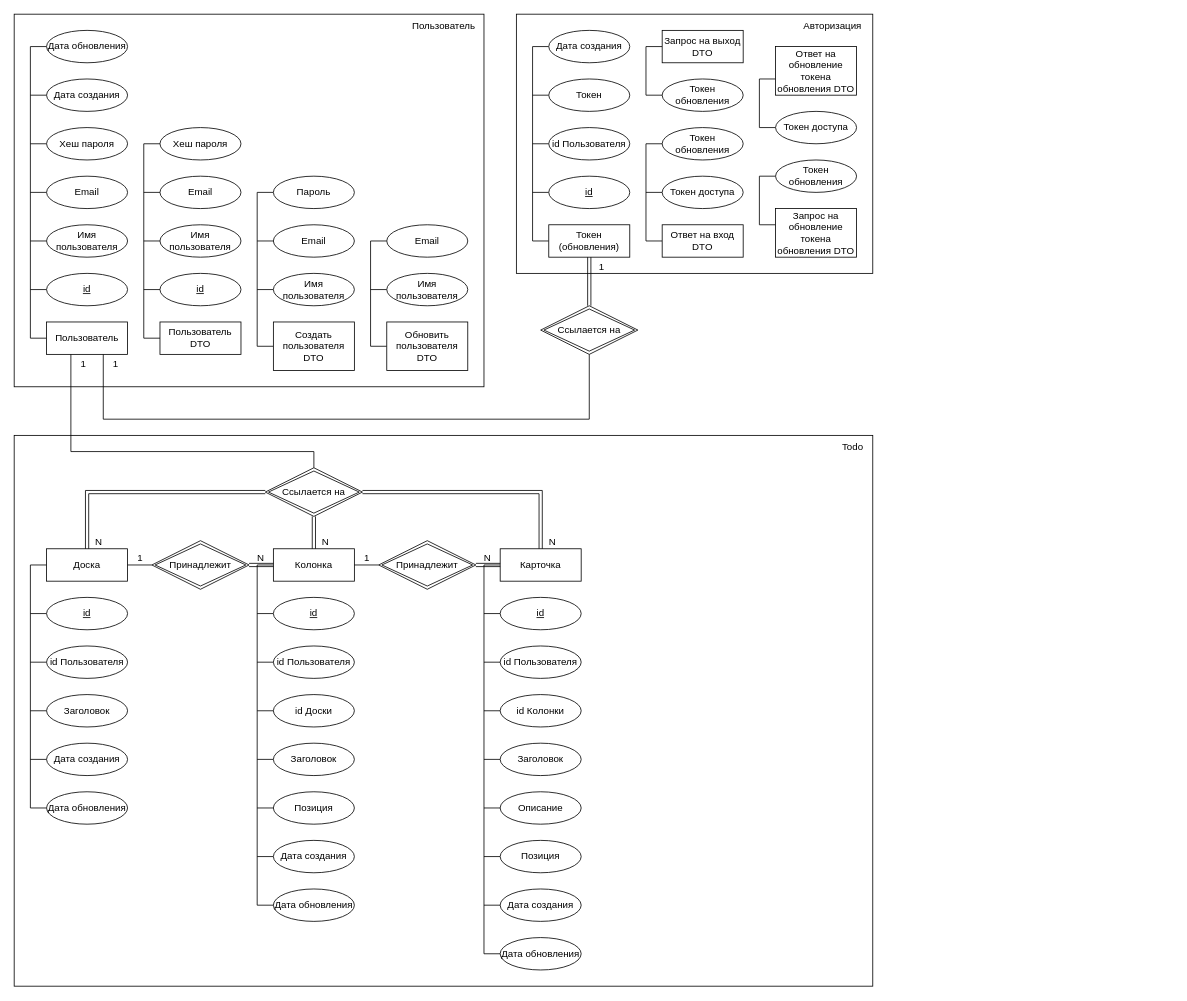
Above: diag/erd.drawio in runebone/testing-s7-bmstu (draw.io), before the change. Source tidied: cells renumbered, new cells numbered last; positions are measured from the earlier drawing's top-left corner, leaving out a move shared by most shapes. Both pictures are drawn from the tidied source at 81%, with x=0, y=0 at pixel (14, 14).
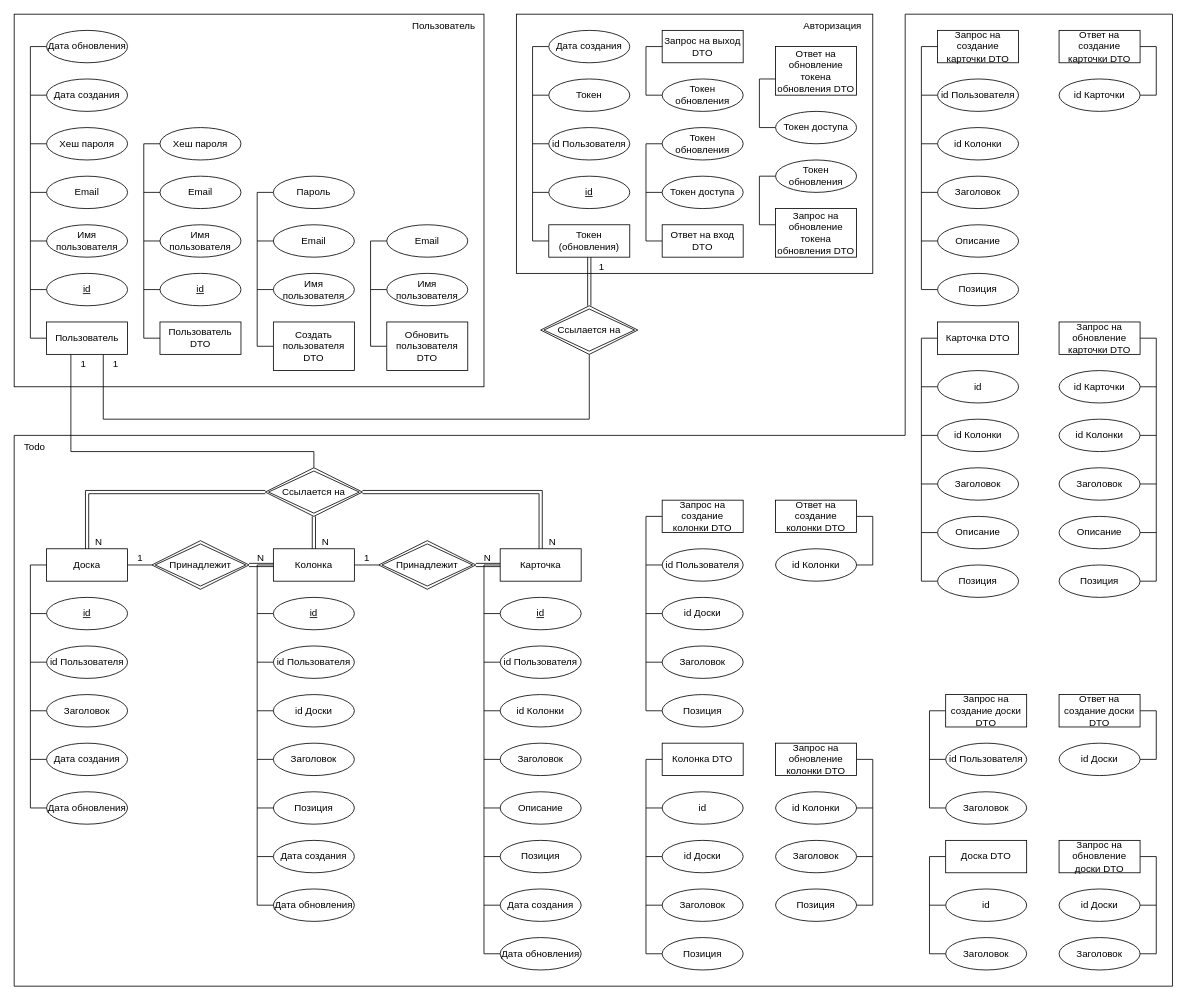
After the change.

The edit, as a diff of the source:
```diff
@@
-    <mxCell id="2" style="rounded=0;whiteSpace=wrap;html=1;shadow=0;fillColor=none;" parent="1" vertex="1">
-      <mxGeometry y="520" width="1060" height="680" as="geometry" />
-    </mxCell>
@@
+    <mxCell id="132" style="edgeStyle=orthogonalEdgeStyle;rounded=0;jettySize=auto;html=1;endArrow=none;endFill=0;" parent="1" edge="1" source="133" target="136">
+      <mxGeometry relative="1" as="geometry">
+        <Array as="points">
+          <mxPoint x="1130" y="860" />
+          <mxPoint x="1130" y="980" />
+        </Array>
+      </mxGeometry>
+    </mxCell>
+    <mxCell id="133" value="Запрос на создание доски DTO" style="whiteSpace=wrap;html=1;align=center;" parent="1" vertex="1">
+      <mxGeometry x="1150" y="840" width="100" height="40" as="geometry" />
+    </mxCell>
+    <mxCell id="134" style="edgeStyle=orthogonalEdgeStyle;rounded=0;jettySize=auto;html=1;endArrow=none;endFill=0;" parent="1" edge="1" source="135">
+      <mxGeometry relative="1" as="geometry">
+        <mxPoint x="1130" y="920" as="targetPoint" />
+      </mxGeometry>
+    </mxCell>
+    <mxCell id="135" value="id Пользователя" style="ellipse;whiteSpace=wrap;html=1;align=center;" parent="1" vertex="1">
+      <mxGeometry x="1150" y="900" width="100" height="40" as="geometry" />
+    </mxCell>
+    <mxCell id="136" value="Заголовок" style="ellipse;whiteSpace=wrap;html=1;align=center;" parent="1" vertex="1">
+      <mxGeometry x="1150" y="960" width="100" height="40" as="geometry" />
+    </mxCell>
+    <mxCell id="137" style="edgeStyle=orthogonalEdgeStyle;rounded=0;jettySize=auto;html=1;endArrow=none;endFill=0;" parent="1" edge="1" source="138" target="139">
+      <mxGeometry relative="1" as="geometry">
+        <Array as="points">
+          <mxPoint x="1410" y="860" />
+          <mxPoint x="1410" y="920" />
+        </Array>
+      </mxGeometry>
+    </mxCell>
+    <mxCell id="138" value="Ответ на создание доски DTO" style="whiteSpace=wrap;html=1;align=center;" parent="1" vertex="1">
+      <mxGeometry x="1290" y="840" width="100" height="40" as="geometry" />
+    </mxCell>
+    <mxCell id="139" value="id Доски" style="ellipse;whiteSpace=wrap;html=1;align=center;" parent="1" vertex="1">
+      <mxGeometry x="1290" y="900" width="100" height="40" as="geometry" />
+    </mxCell>
+    <mxCell id="140" style="edgeStyle=orthogonalEdgeStyle;rounded=0;jettySize=auto;html=1;endArrow=none;endFill=0;" parent="1" edge="1" source="141" target="144">
+      <mxGeometry relative="1" as="geometry">
+        <Array as="points">
+          <mxPoint x="1130" y="1040" />
+          <mxPoint x="1130" y="1160" />
+        </Array>
+      </mxGeometry>
+    </mxCell>
+    <mxCell id="141" value="Доска DTO" style="whiteSpace=wrap;html=1;align=center;" parent="1" vertex="1">
+      <mxGeometry x="1150" y="1020" width="100" height="40" as="geometry" />
+    </mxCell>
+    <mxCell id="142" style="edgeStyle=orthogonalEdgeStyle;rounded=0;jettySize=auto;html=1;endArrow=none;endFill=0;" parent="1" edge="1" source="143">
+      <mxGeometry relative="1" as="geometry">
+        <mxPoint x="1130" y="1100" as="targetPoint" />
+      </mxGeometry>
+    </mxCell>
+    <mxCell id="143" value="id" style="ellipse;whiteSpace=wrap;html=1;align=center;" parent="1" vertex="1">
+      <mxGeometry x="1150" y="1080" width="100" height="40" as="geometry" />
+    </mxCell>
+    <mxCell id="144" value="Заголовок" style="ellipse;whiteSpace=wrap;html=1;align=center;" parent="1" vertex="1">
+      <mxGeometry x="1150" y="1140" width="100" height="40" as="geometry" />
+    </mxCell>
+    <mxCell id="145" style="edgeStyle=orthogonalEdgeStyle;rounded=0;jettySize=auto;html=1;endArrow=none;endFill=0;" parent="1" edge="1" source="146" target="149">
+      <mxGeometry relative="1" as="geometry">
+        <Array as="points">
+          <mxPoint x="1410" y="1040" />
+          <mxPoint x="1410" y="1160" />
+        </Array>
+      </mxGeometry>
+    </mxCell>
+    <mxCell id="146" value="Запрос на обновление доски DTO" style="whiteSpace=wrap;html=1;align=center;" parent="1" vertex="1">
+      <mxGeometry x="1290" y="1020" width="100" height="40" as="geometry" />
+    </mxCell>
+    <mxCell id="147" style="edgeStyle=orthogonalEdgeStyle;rounded=0;jettySize=auto;html=1;endArrow=none;endFill=0;" parent="1" edge="1" source="148">
+      <mxGeometry relative="1" as="geometry">
+        <mxPoint x="1410" y="1100" as="targetPoint" />
+      </mxGeometry>
+    </mxCell>
+    <mxCell id="148" value="id Доски" style="ellipse;whiteSpace=wrap;html=1;align=center;" parent="1" vertex="1">
+      <mxGeometry x="1290" y="1080" width="100" height="40" as="geometry" />
+    </mxCell>
+    <mxCell id="149" value="Заголовок" style="ellipse;whiteSpace=wrap;html=1;align=center;" parent="1" vertex="1">
+      <mxGeometry x="1290" y="1140" width="100" height="40" as="geometry" />
+    </mxCell>
+    <mxCell id="150" style="edgeStyle=orthogonalEdgeStyle;rounded=0;jettySize=auto;html=1;endArrow=none;endFill=0;" parent="1" edge="1" source="151" target="158">
+      <mxGeometry relative="1" as="geometry">
+        <Array as="points">
+          <mxPoint x="780" y="620" />
+          <mxPoint x="780" y="860" />
+        </Array>
+      </mxGeometry>
+    </mxCell>
+    <mxCell id="151" value="Запрос на создание колонки DTO" style="whiteSpace=wrap;html=1;align=center;" parent="1" vertex="1">
+      <mxGeometry x="800" y="600" width="100" height="40" as="geometry" />
+    </mxCell>
+    <mxCell id="152" style="edgeStyle=orthogonalEdgeStyle;rounded=0;jettySize=auto;html=1;endArrow=none;endFill=0;" parent="1" edge="1" source="153">
+      <mxGeometry relative="1" as="geometry">
+        <mxPoint x="780" y="680" as="targetPoint" />
+      </mxGeometry>
+    </mxCell>
+    <mxCell id="153" value="id Пользователя" style="ellipse;whiteSpace=wrap;html=1;align=center;" parent="1" vertex="1">
+      <mxGeometry x="800" y="660" width="100" height="40" as="geometry" />
+    </mxCell>
+    <mxCell id="154" style="edgeStyle=orthogonalEdgeStyle;rounded=0;jettySize=auto;html=1;endArrow=none;endFill=0;" parent="1" edge="1" source="155">
+      <mxGeometry relative="1" as="geometry">
+        <mxPoint x="780" y="740" as="targetPoint" />
+      </mxGeometry>
+    </mxCell>
+    <mxCell id="155" value="id Доски" style="ellipse;whiteSpace=wrap;html=1;align=center;" parent="1" vertex="1">
+      <mxGeometry x="800" y="720" width="100" height="40" as="geometry" />
+    </mxCell>
+    <mxCell id="156" style="edgeStyle=orthogonalEdgeStyle;rounded=0;jettySize=auto;html=1;endArrow=none;endFill=0;" parent="1" edge="1" source="157">
+      <mxGeometry relative="1" as="geometry">
+        <mxPoint x="780" y="800" as="targetPoint" />
+      </mxGeometry>
+    </mxCell>
+    <mxCell id="157" value="Заголовок" style="ellipse;whiteSpace=wrap;html=1;align=center;" parent="1" vertex="1">
+      <mxGeometry x="800" y="780" width="100" height="40" as="geometry" />
+    </mxCell>
+    <mxCell id="158" value="Позиция" style="ellipse;whiteSpace=wrap;html=1;align=center;" parent="1" vertex="1">
+      <mxGeometry x="800" y="840" width="100" height="40" as="geometry" />
+    </mxCell>
+    <mxCell id="159" style="edgeStyle=orthogonalEdgeStyle;rounded=0;jettySize=auto;html=1;endArrow=none;endFill=0;" parent="1" edge="1" source="160" target="161">
+      <mxGeometry relative="1" as="geometry">
+        <Array as="points">
+          <mxPoint x="1060" y="620" />
+          <mxPoint x="1060" y="680" />
+        </Array>
+      </mxGeometry>
+    </mxCell>
+    <mxCell id="160" value="Ответ на создание колонки DTO" style="whiteSpace=wrap;html=1;align=center;" parent="1" vertex="1">
+      <mxGeometry x="940" y="600" width="100" height="40" as="geometry" />
+    </mxCell>
+    <mxCell id="161" value="id Колонки" style="ellipse;whiteSpace=wrap;html=1;align=center;" parent="1" vertex="1">
+      <mxGeometry x="940" y="660" width="100" height="40" as="geometry" />
+    </mxCell>
+    <mxCell id="162" style="edgeStyle=orthogonalEdgeStyle;rounded=0;jettySize=auto;html=1;endArrow=none;endFill=0;" parent="1" edge="1" source="163" target="170">
+      <mxGeometry relative="1" as="geometry">
+        <Array as="points">
+          <mxPoint x="780" y="920" />
+          <mxPoint x="780" y="1160" />
+        </Array>
+      </mxGeometry>
+    </mxCell>
+    <mxCell id="163" value="Колонка DTO" style="whiteSpace=wrap;html=1;align=center;" parent="1" vertex="1">
+      <mxGeometry x="800" y="900" width="100" height="40" as="geometry" />
+    </mxCell>
+    <mxCell id="164" style="edgeStyle=orthogonalEdgeStyle;rounded=0;jettySize=auto;html=1;endArrow=none;endFill=0;" parent="1" edge="1" source="165">
+      <mxGeometry relative="1" as="geometry">
+        <mxPoint x="780" y="980" as="targetPoint" />
+      </mxGeometry>
+    </mxCell>
+    <mxCell id="165" value="id" style="ellipse;whiteSpace=wrap;html=1;align=center;" parent="1" vertex="1">
+      <mxGeometry x="800" y="960" width="100" height="40" as="geometry" />
+    </mxCell>
+    <mxCell id="166" style="edgeStyle=orthogonalEdgeStyle;rounded=0;jettySize=auto;html=1;endArrow=none;endFill=0;" parent="1" edge="1" source="167">
+      <mxGeometry relative="1" as="geometry">
+        <mxPoint x="780" y="1040" as="targetPoint" />
+      </mxGeometry>
+    </mxCell>
+    <mxCell id="167" value="id Доски" style="ellipse;whiteSpace=wrap;html=1;align=center;" parent="1" vertex="1">
+      <mxGeometry x="800" y="1020" width="100" height="40" as="geometry" />
+    </mxCell>
+    <mxCell id="168" style="edgeStyle=orthogonalEdgeStyle;rounded=0;jettySize=auto;html=1;endArrow=none;endFill=0;" parent="1" edge="1" source="169">
+      <mxGeometry relative="1" as="geometry">
+        <mxPoint x="780" y="1100" as="targetPoint" />
+      </mxGeometry>
+    </mxCell>
+    <mxCell id="169" value="Заголовок" style="ellipse;whiteSpace=wrap;html=1;align=center;" parent="1" vertex="1">
+      <mxGeometry x="800" y="1080" width="100" height="40" as="geometry" />
+    </mxCell>
+    <mxCell id="170" value="Позиция" style="ellipse;whiteSpace=wrap;html=1;align=center;" parent="1" vertex="1">
+      <mxGeometry x="800" y="1140" width="100" height="40" as="geometry" />
+    </mxCell>
+    <mxCell id="171" style="edgeStyle=orthogonalEdgeStyle;rounded=0;jettySize=auto;html=1;endArrow=none;endFill=0;" parent="1" edge="1" source="172" target="177">
+      <mxGeometry relative="1" as="geometry">
+        <Array as="points">
+          <mxPoint x="1060" y="920" />
+          <mxPoint x="1060" y="1100" />
+        </Array>
+      </mxGeometry>
+    </mxCell>
+    <mxCell id="172" value="Запрос на обновление колонки DTO" style="whiteSpace=wrap;html=1;align=center;" parent="1" vertex="1">
+      <mxGeometry x="940" y="900" width="100" height="40" as="geometry" />
+    </mxCell>
+    <mxCell id="173" style="edgeStyle=orthogonalEdgeStyle;rounded=0;jettySize=auto;html=1;endArrow=none;endFill=0;" parent="1" edge="1" source="174">
+      <mxGeometry relative="1" as="geometry">
+        <mxPoint x="1060" y="980" as="targetPoint" />
+      </mxGeometry>
+    </mxCell>
+    <mxCell id="174" value="id Колонки" style="ellipse;whiteSpace=wrap;html=1;align=center;" parent="1" vertex="1">
+      <mxGeometry x="940" y="960" width="100" height="40" as="geometry" />
+    </mxCell>
+    <mxCell id="175" style="edgeStyle=orthogonalEdgeStyle;rounded=0;jettySize=auto;html=1;endArrow=none;endFill=0;" parent="1" edge="1" source="176">
+      <mxGeometry relative="1" as="geometry">
+        <mxPoint x="1060" y="1040" as="targetPoint" />
+      </mxGeometry>
+    </mxCell>
+    <mxCell id="176" value="Заголовок" style="ellipse;whiteSpace=wrap;html=1;align=center;" parent="1" vertex="1">
+      <mxGeometry x="940" y="1020" width="100" height="40" as="geometry" />
+    </mxCell>
+    <mxCell id="177" value="Позиция" style="ellipse;whiteSpace=wrap;html=1;align=center;" parent="1" vertex="1">
+      <mxGeometry x="940" y="1080" width="100" height="40" as="geometry" />
+    </mxCell>
+    <mxCell id="178" style="edgeStyle=orthogonalEdgeStyle;rounded=0;jettySize=auto;html=1;endArrow=none;endFill=0;" parent="1" edge="1" source="179" target="188">
+      <mxGeometry relative="1" as="geometry">
+        <Array as="points">
+          <mxPoint x="1120" y="40" />
+          <mxPoint x="1120" y="340" />
+        </Array>
+      </mxGeometry>
+    </mxCell>
+    <mxCell id="179" value="Запрос на создание карточки DTO" style="whiteSpace=wrap;html=1;align=center;" parent="1" vertex="1">
+      <mxGeometry x="1140" y="20" width="100" height="40" as="geometry" />
+    </mxCell>
+    <mxCell id="180" style="edgeStyle=orthogonalEdgeStyle;rounded=0;jettySize=auto;html=1;endArrow=none;endFill=0;" parent="1" edge="1" source="181">
+      <mxGeometry relative="1" as="geometry">
+        <mxPoint x="1120" y="100" as="targetPoint" />
+      </mxGeometry>
+    </mxCell>
+    <mxCell id="181" value="id Пользователя" style="ellipse;whiteSpace=wrap;html=1;align=center;" parent="1" vertex="1">
+      <mxGeometry x="1140" y="80" width="100" height="40" as="geometry" />
+    </mxCell>
+    <mxCell id="182" style="edgeStyle=orthogonalEdgeStyle;rounded=0;jettySize=auto;html=1;endArrow=none;endFill=0;" parent="1" edge="1" source="183">
+      <mxGeometry relative="1" as="geometry">
+        <mxPoint x="1120" y="160" as="targetPoint" />
+      </mxGeometry>
+    </mxCell>
+    <mxCell id="183" value="id Колонки" style="ellipse;whiteSpace=wrap;html=1;align=center;" parent="1" vertex="1">
+      <mxGeometry x="1140" y="140" width="100" height="40" as="geometry" />
+    </mxCell>
+    <mxCell id="184" style="edgeStyle=orthogonalEdgeStyle;rounded=0;jettySize=auto;html=1;endArrow=none;endFill=0;" parent="1" edge="1" source="185">
+      <mxGeometry relative="1" as="geometry">
+        <mxPoint x="1120" y="220" as="targetPoint" />
+      </mxGeometry>
+    </mxCell>
+    <mxCell id="185" value="Заголовок" style="ellipse;whiteSpace=wrap;html=1;align=center;" parent="1" vertex="1">
+      <mxGeometry x="1140" y="200" width="100" height="40" as="geometry" />
+    </mxCell>
+    <mxCell id="186" style="edgeStyle=orthogonalEdgeStyle;rounded=0;jettySize=auto;html=1;endArrow=none;endFill=0;" parent="1" edge="1" source="187">
+      <mxGeometry relative="1" as="geometry">
+        <mxPoint x="1120" y="280" as="targetPoint" />
+      </mxGeometry>
+    </mxCell>
+    <mxCell id="187" value="Описание" style="ellipse;whiteSpace=wrap;html=1;align=center;" parent="1" vertex="1">
+      <mxGeometry x="1140" y="260" width="100" height="40" as="geometry" />
+    </mxCell>
+    <mxCell id="188" value="Позиция" style="ellipse;whiteSpace=wrap;html=1;align=center;" parent="1" vertex="1">
+      <mxGeometry x="1140" y="320" width="100" height="40" as="geometry" />
+    </mxCell>
+    <mxCell id="189" style="edgeStyle=orthogonalEdgeStyle;rounded=0;jettySize=auto;html=1;endArrow=none;endFill=0;" parent="1" edge="1" source="190" target="191">
+      <mxGeometry relative="1" as="geometry">
+        <Array as="points">
+          <mxPoint x="1410" y="40" />
+          <mxPoint x="1410" y="100" />
+        </Array>
+      </mxGeometry>
+    </mxCell>
+    <mxCell id="190" value="Ответ на создание карточки DTO" style="whiteSpace=wrap;html=1;align=center;" parent="1" vertex="1">
+      <mxGeometry x="1290" y="20" width="100" height="40" as="geometry" />
+    </mxCell>
+    <mxCell id="191" value="id Карточки" style="ellipse;whiteSpace=wrap;html=1;align=center;" parent="1" vertex="1">
+      <mxGeometry x="1290" y="80" width="100" height="40" as="geometry" />
+    </mxCell>
+    <mxCell id="192" style="edgeStyle=orthogonalEdgeStyle;rounded=0;jettySize=auto;html=1;endArrow=none;endFill=0;" parent="1" edge="1" source="193" target="202">
+      <mxGeometry relative="1" as="geometry">
+        <Array as="points">
+          <mxPoint x="1120" y="400" />
+          <mxPoint x="1120" y="700" />
+        </Array>
+      </mxGeometry>
+    </mxCell>
+    <mxCell id="193" value="Карточка DTO" style="whiteSpace=wrap;html=1;align=center;" parent="1" vertex="1">
+      <mxGeometry x="1140" y="380" width="100" height="40" as="geometry" />
+    </mxCell>
+    <mxCell id="194" style="edgeStyle=orthogonalEdgeStyle;rounded=0;jettySize=auto;html=1;endArrow=none;endFill=0;" parent="1" edge="1" source="195">
+      <mxGeometry relative="1" as="geometry">
+        <mxPoint x="1120" y="460" as="targetPoint" />
+      </mxGeometry>
+    </mxCell>
+    <mxCell id="195" value="id" style="ellipse;whiteSpace=wrap;html=1;align=center;" parent="1" vertex="1">
+      <mxGeometry x="1140" y="440" width="100" height="40" as="geometry" />
+    </mxCell>
+    <mxCell id="196" style="edgeStyle=orthogonalEdgeStyle;rounded=0;jettySize=auto;html=1;endArrow=none;endFill=0;" parent="1" edge="1" source="197">
+      <mxGeometry relative="1" as="geometry">
+        <mxPoint x="1120" y="520" as="targetPoint" />
+      </mxGeometry>
+    </mxCell>
+    <mxCell id="197" value="id Колонки" style="ellipse;whiteSpace=wrap;html=1;align=center;" parent="1" vertex="1">
+      <mxGeometry x="1140" y="500" width="100" height="40" as="geometry" />
+    </mxCell>
+    <mxCell id="198" style="edgeStyle=orthogonalEdgeStyle;rounded=0;jettySize=auto;html=1;endArrow=none;endFill=0;" parent="1" edge="1" source="199">
+      <mxGeometry relative="1" as="geometry">
+        <mxPoint x="1120" y="580" as="targetPoint" />
+      </mxGeometry>
+    </mxCell>
+    <mxCell id="199" value="Заголовок" style="ellipse;whiteSpace=wrap;html=1;align=center;" parent="1" vertex="1">
+      <mxGeometry x="1140" y="560" width="100" height="40" as="geometry" />
+    </mxCell>
+    <mxCell id="200" style="edgeStyle=orthogonalEdgeStyle;rounded=0;jettySize=auto;html=1;endArrow=none;endFill=0;" parent="1" edge="1" source="201">
+      <mxGeometry relative="1" as="geometry">
+        <mxPoint x="1120" y="640" as="targetPoint" />
+      </mxGeometry>
+    </mxCell>
+    <mxCell id="201" value="Описание" style="ellipse;whiteSpace=wrap;html=1;align=center;" parent="1" vertex="1">
+      <mxGeometry x="1140" y="620" width="100" height="40" as="geometry" />
+    </mxCell>
+    <mxCell id="202" value="Позиция" style="ellipse;whiteSpace=wrap;html=1;align=center;" parent="1" vertex="1">
+      <mxGeometry x="1140" y="680" width="100" height="40" as="geometry" />
+    </mxCell>
+    <mxCell id="203" style="edgeStyle=orthogonalEdgeStyle;rounded=0;jettySize=auto;html=1;endArrow=none;endFill=0;" parent="1" edge="1" source="204" target="213">
+      <mxGeometry relative="1" as="geometry">
+        <Array as="points">
+          <mxPoint x="1410" y="400" />
+          <mxPoint x="1410" y="700" />
+        </Array>
+      </mxGeometry>
+    </mxCell>
+    <mxCell id="204" value="Запрос на обновление карточки DTO" style="whiteSpace=wrap;html=1;align=center;" parent="1" vertex="1">
+      <mxGeometry x="1290" y="380" width="100" height="40" as="geometry" />
+    </mxCell>
+    <mxCell id="205" style="edgeStyle=orthogonalEdgeStyle;rounded=0;jettySize=auto;html=1;endArrow=none;endFill=0;" parent="1" edge="1" source="206">
+      <mxGeometry relative="1" as="geometry">
+        <mxPoint x="1410" y="460" as="targetPoint" />
+      </mxGeometry>
+    </mxCell>
+    <mxCell id="206" value="id Карточки" style="ellipse;whiteSpace=wrap;html=1;align=center;" parent="1" vertex="1">
+      <mxGeometry x="1290" y="440" width="100" height="40" as="geometry" />
+    </mxCell>
+    <mxCell id="207" style="edgeStyle=orthogonalEdgeStyle;rounded=0;jettySize=auto;html=1;endArrow=none;endFill=0;" parent="1" edge="1" source="208">
+      <mxGeometry relative="1" as="geometry">
+        <mxPoint x="1410" y="520" as="targetPoint" />
+      </mxGeometry>
+    </mxCell>
+    <mxCell id="208" value="id Колонки" style="ellipse;whiteSpace=wrap;html=1;align=center;" parent="1" vertex="1">
+      <mxGeometry x="1290" y="500" width="100" height="40" as="geometry" />
+    </mxCell>
+    <mxCell id="209" style="edgeStyle=orthogonalEdgeStyle;rounded=0;jettySize=auto;html=1;endArrow=none;endFill=0;" parent="1" edge="1" source="210">
+      <mxGeometry relative="1" as="geometry">
+        <mxPoint x="1410" y="580" as="targetPoint" />
+      </mxGeometry>
+    </mxCell>
+    <mxCell id="210" value="Заголовок" style="ellipse;whiteSpace=wrap;html=1;align=center;" parent="1" vertex="1">
+      <mxGeometry x="1290" y="560" width="100" height="40" as="geometry" />
+    </mxCell>
+    <mxCell id="211" style="edgeStyle=orthogonalEdgeStyle;rounded=0;jettySize=auto;html=1;endArrow=none;endFill=0;" parent="1" edge="1" source="212">
+      <mxGeometry relative="1" as="geometry">
+        <mxPoint x="1410" y="640" as="targetPoint" />
+      </mxGeometry>
+    </mxCell>
+    <mxCell id="212" value="Описание" style="ellipse;whiteSpace=wrap;html=1;align=center;" parent="1" vertex="1">
+      <mxGeometry x="1290" y="620" width="100" height="40" as="geometry" />
+    </mxCell>
+    <mxCell id="213" value="Позиция" style="ellipse;whiteSpace=wrap;html=1;align=center;" parent="1" vertex="1">
+      <mxGeometry x="1290" y="680" width="100" height="40" as="geometry" />
+    </mxCell>
+    <mxCell id="214" style="endArrow=none;html=1;rounded=0;" parent="1" edge="1">
+      <mxGeometry relative="1" as="geometry">
+        <mxPoint y="520" as="sourcePoint" />
+        <mxPoint x="1100" y="520" as="targetPoint" />
+      </mxGeometry>
+    </mxCell>
+    <mxCell id="215" style="endArrow=none;html=1;rounded=0;" parent="1" edge="1">
+      <mxGeometry relative="1" as="geometry">
+        <mxPoint y="1200" as="sourcePoint" />
+        <mxPoint y="520" as="targetPoint" />
+      </mxGeometry>
+    </mxCell>
+    <mxCell id="216" style="endArrow=none;html=1;rounded=0;" parent="1" edge="1">
+      <mxGeometry relative="1" as="geometry">
+        <mxPoint y="1200" as="sourcePoint" />
+        <mxPoint x="1430" y="1200" as="targetPoint" />
+      </mxGeometry>
+    </mxCell>
+    <mxCell id="217" style="endArrow=none;html=1;rounded=0;" parent="1" edge="1">
+      <mxGeometry relative="1" as="geometry">
+        <mxPoint x="1430" y="1200" as="sourcePoint" />
+        <mxPoint x="1430" as="targetPoint" />
+      </mxGeometry>
+    </mxCell>
+    <mxCell id="218" style="endArrow=none;html=1;rounded=0;" parent="1" edge="1">
+      <mxGeometry relative="1" as="geometry">
+        <mxPoint x="1100" as="sourcePoint" />
+        <mxPoint x="1430" as="targetPoint" />
+      </mxGeometry>
+    </mxCell>
+    <mxCell id="219" style="endArrow=none;html=1;rounded=0;" parent="1" edge="1">
+      <mxGeometry relative="1" as="geometry">
+        <mxPoint x="1100" y="520" as="sourcePoint" />
+        <mxPoint x="1100" as="targetPoint" />
+      </mxGeometry>
+    </mxCell>
     <mxCell id="131" value="Todo" style="text;html=1;align=center;verticalAlign=middle;strokeColor=none;fillColor=none;" parent="1" vertex="1">
-      <mxGeometry x="1010" y="520" width="50" height="30" as="geometry" />
+      <mxGeometry y="520" width="50" height="30" as="geometry" />
     </mxCell>
```
